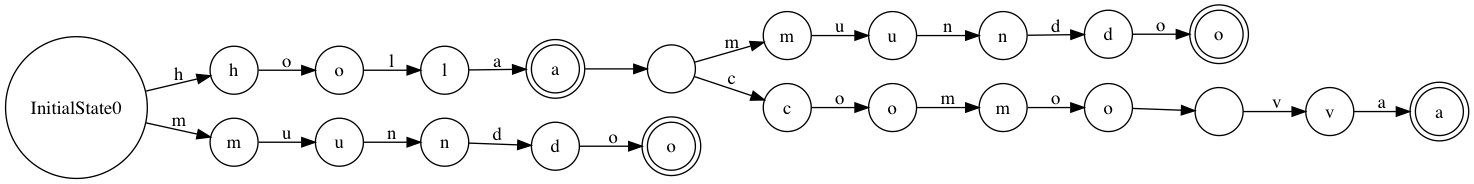
Earlier version of the Graphviz export dfa.png (NicolasMoreno/MateDiscreta). Its source is kept beside it as dfa.dot.
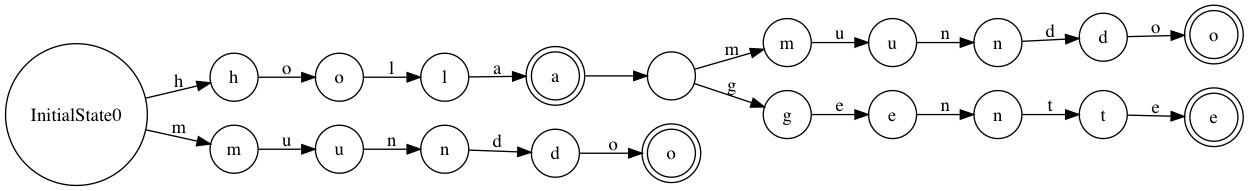
After the change.

Change to the diagram source:
```diff
@@ -21,28 +21,24 @@
 	 n0 -> d0[label="d"];
 	 node [shape= doublecircle] o1 [label ="o"];
 	 d0 -> o1[label="o"];
-	 node [shape=circle] c0 [label ="c"];
-	 _0 -> c0[label="c"];
-	 node [shape=circle] o2 [label ="o"];
-	 c0 -> o2[label="o"];
+	 node [shape=circle] g0 [label ="g"];
+	 _0 -> g0[label="g"];
+	 node [shape=circle] e0 [label ="e"];
+	 g0 -> e0[label="e"];
+	 node [shape=circle] n1 [label ="n"];
+	 e0 -> n1[label="n"];
+	 node [shape=circle] t0 [label ="t"];
+	 n1 -> t0[label="t"];
+	 node [shape= doublecircle] e1 [label ="e"];
+	 t0 -> e1[label="e"];
 	 node [shape=circle] m1 [label ="m"];
-	 o2 -> m1[label="m"];
-	 node [shape=circle] o3 [label ="o"];
-	 m1 -> o3[label="o"];
-	 node [shape=circle] _1 [label =" "];
-	 o3 -> _1[label=" "];
-	 node [shape=circle] v0 [label ="v"];
-	 _1 -> v0[label="v"];
-	 node [shape= doublecircle] a1 [label ="a"];
-	 v0 -> a1[label="a"];
-	 node [shape=circle] m2 [label ="m"];
-	 InitialState0 -> m2[label="m"];
+	 InitialState0 -> m1[label="m"];
 	 node [shape=circle] u1 [label ="u"];
-	 m2 -> u1[label="u"];
-	 node [shape=circle] n1 [label ="n"];
-	 u1 -> n1[label="n"];
+	 m1 -> u1[label="u"];
+	 node [shape=circle] n2 [label ="n"];
+	 u1 -> n2[label="n"];
 	 node [shape=circle] d1 [label ="d"];
-	 n1 -> d1[label="d"];
-	 node [shape= doublecircle] o4 [label ="o"];
-	 d1 -> o4[label="o"];
+	 n2 -> d1[label="d"];
+	 node [shape= doublecircle] o2 [label ="o"];
+	 d1 -> o2[label="o"];
 }
```
